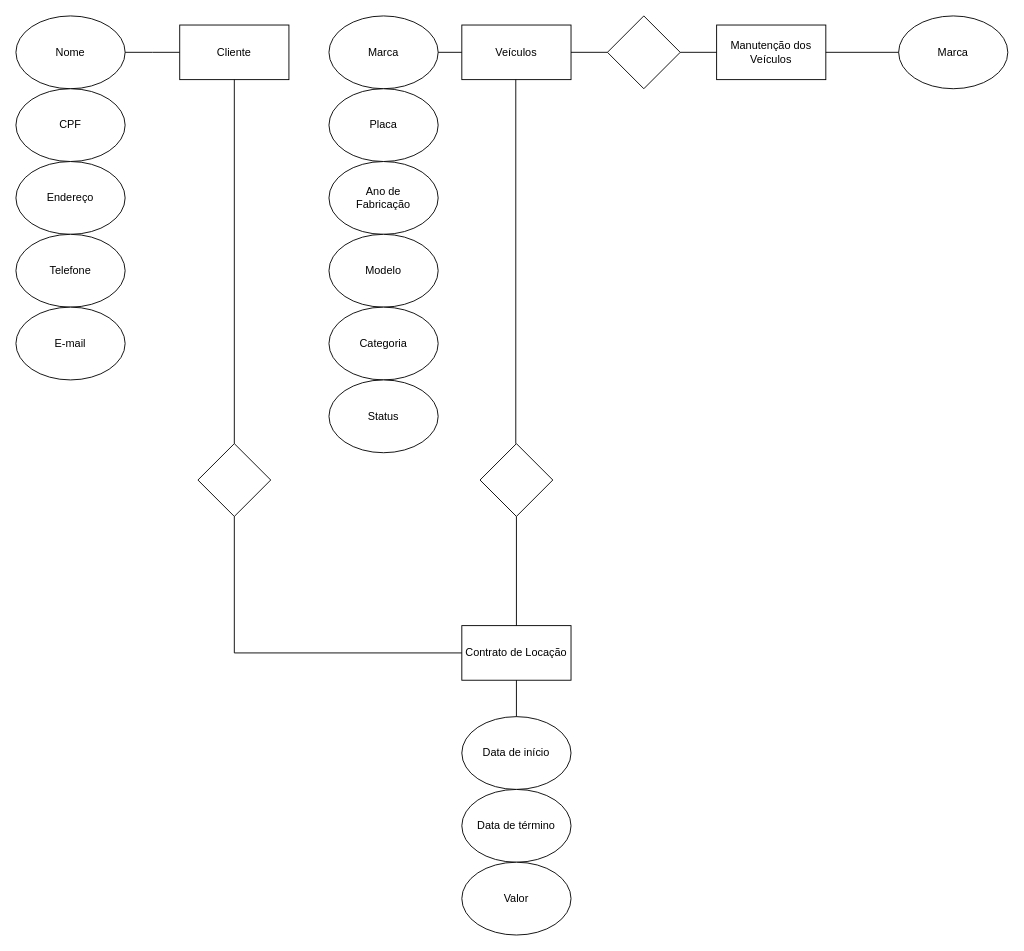
Above: Banco-De-Dados/Diagrama sem nome.drawio in JESFTechnology/IF-Machado-2-Periodo (draw.io), before the change. Source tidied: cells renumbered, new cells numbered last; positions are measured from the earlier drawing's top-left corner, leaving out a move shared by most shapes. Both pictures are drawn from the tidied source at 91%, with x=0, y=0 at pixel (15, 15).
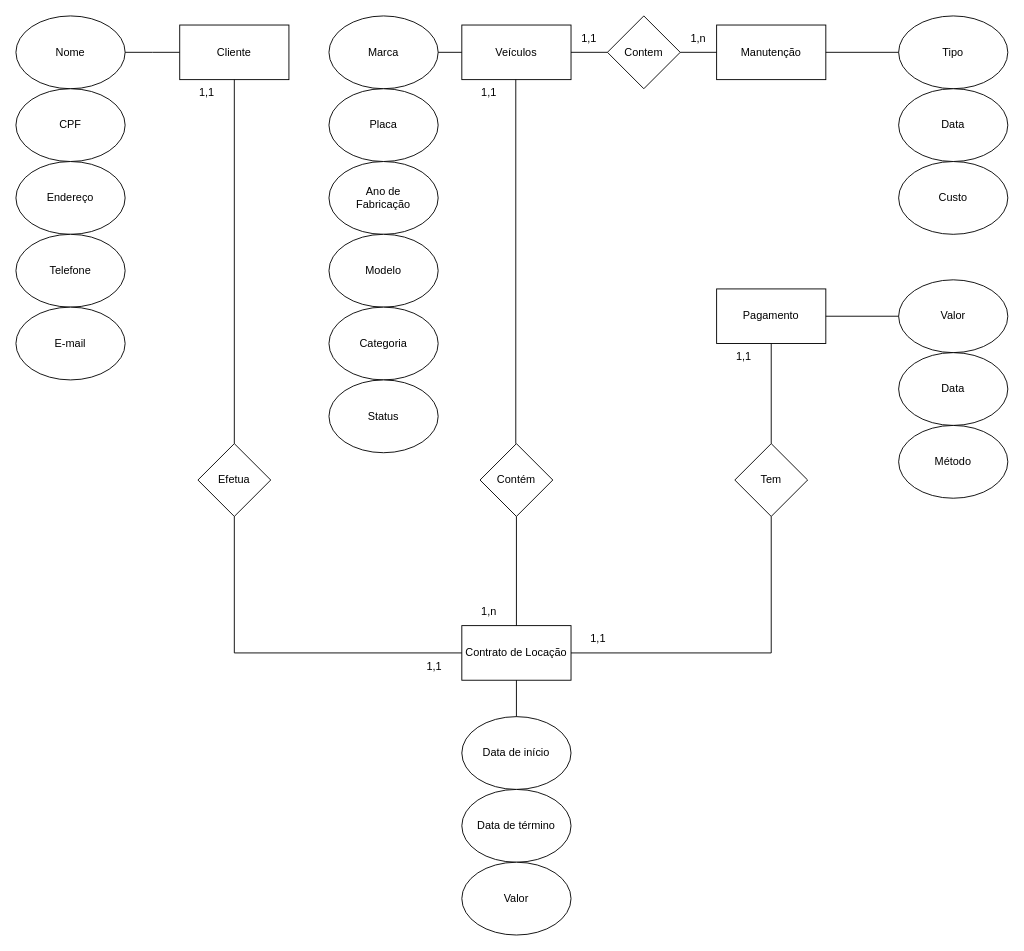
Above is the later version.

Unchanged cells that the change refers to:
```xml
<mxCell id="44" style="group;" parent="1" vertex="1">
  <mxGeometry x="970" width="120" height="80" as="geometry" />
</mxCell>
<mxCell id="49" value="Contrato de Locação" style="text;html=1;align=center;verticalAlign=middle;whiteSpace=wrap;rounded=0;" parent="47" vertex="1">
  <mxGeometry y="15" width="120" height="30" as="geometry" />
</mxCell>
<mxCell id="65" style="group;" parent="1" vertex="1">
  <mxGeometry x="770" y="10" width="120" height="60" as="geometry" />
</mxCell>
```

What changed in the source:
```diff
@@
-    <mxCell id="46" value="Marca" style="text;html=1;align=center;verticalAlign=middle;whiteSpace=wrap;rounded=0;" parent="44" vertex="1">
+    <mxCell id="46" value="Tipo" style="text;html=1;align=center;verticalAlign=middle;whiteSpace=wrap;rounded=0;" parent="44" vertex="1">
       <mxGeometry x="10" y="25" width="100" height="30" as="geometry" />
     </mxCell>
@@
-    <mxCell id="67" value="Manutenção dos Veículos" style="text;html=1;align=center;verticalAlign=middle;whiteSpace=wrap;rounded=0;" parent="65" vertex="1">
+    <mxCell id="67" value="Manutenção" style="text;html=1;align=center;verticalAlign=middle;whiteSpace=wrap;rounded=0;" parent="65" vertex="1">
       <mxGeometry y="15" width="120" height="30" as="geometry" />
     </mxCell>
@@
+    <mxCell id="72" style="group;" parent="1" vertex="1">
+      <mxGeometry x="970" y="80" width="120" height="80" as="geometry" />
+    </mxCell>
+    <mxCell id="73" style="ellipse;whiteSpace=wrap;html=1;" parent="72" vertex="1">
+      <mxGeometry width="120" height="80" as="geometry" />
+    </mxCell>
+    <mxCell id="74" value="Data" style="text;html=1;align=center;verticalAlign=middle;whiteSpace=wrap;rounded=0;" parent="72" vertex="1">
+      <mxGeometry x="10" y="25" width="100" height="30" as="geometry" />
+    </mxCell>
+    <mxCell id="75" style="group;" parent="1" vertex="1">
+      <mxGeometry x="970" y="160" width="120" height="80" as="geometry" />
+    </mxCell>
+    <mxCell id="76" style="ellipse;whiteSpace=wrap;html=1;" parent="75" vertex="1">
+      <mxGeometry width="120" height="80" as="geometry" />
+    </mxCell>
+    <mxCell id="77" value="Custo" style="text;html=1;align=center;verticalAlign=middle;whiteSpace=wrap;rounded=0;" parent="75" vertex="1">
+      <mxGeometry x="10" y="25" width="100" height="30" as="geometry" />
+    </mxCell>
+    <mxCell id="78" value="1,1" style="text;html=1;align=center;verticalAlign=middle;whiteSpace=wrap;rounded=0;" parent="1" vertex="1">
+      <mxGeometry x="600" y="10" width="60" height="30" as="geometry" />
+    </mxCell>
+    <mxCell id="79" value="1,n" style="text;html=1;align=center;verticalAlign=middle;whiteSpace=wrap;rounded=0;" parent="1" vertex="1">
+      <mxGeometry x="720" y="10" width="60" height="30" as="geometry" />
+    </mxCell>
+    <mxCell id="80" value="1,1" style="text;html=1;align=center;verticalAlign=middle;whiteSpace=wrap;rounded=0;" parent="1" vertex="1">
+      <mxGeometry x="180" y="70" width="60" height="30" as="geometry" />
+    </mxCell>
+    <mxCell id="81" value="1,1" style="text;html=1;align=center;verticalAlign=middle;whiteSpace=wrap;rounded=0;" parent="1" vertex="1">
+      <mxGeometry x="430" y="700" width="60" height="30" as="geometry" />
+    </mxCell>
+    <mxCell id="82" value="1,1" style="text;html=1;align=center;verticalAlign=middle;whiteSpace=wrap;rounded=0;" parent="1" vertex="1">
+      <mxGeometry x="490" y="70" width="60" height="30" as="geometry" />
+    </mxCell>
+    <mxCell id="83" value="1,n" style="text;html=1;align=center;verticalAlign=middle;whiteSpace=wrap;rounded=0;" parent="1" vertex="1">
+      <mxGeometry x="490" y="640" width="60" height="30" as="geometry" />
+    </mxCell>
+    <mxCell id="84" style="group;" parent="1" vertex="1">
+      <mxGeometry x="770" y="300" width="120" height="60" as="geometry" />
+    </mxCell>
+    <mxCell id="85" style="rounded=0;whiteSpace=wrap;html=1;" parent="84" vertex="1">
+      <mxGeometry width="120" height="60" as="geometry" />
+    </mxCell>
+    <mxCell id="86" value="Pagamento" style="text;html=1;align=center;verticalAlign=middle;whiteSpace=wrap;rounded=0;" parent="84" vertex="1">
+      <mxGeometry y="15" width="120" height="30" as="geometry" />
+    </mxCell>
+    <mxCell id="87" style="rhombus;whiteSpace=wrap;html=1;" parent="1" vertex="1">
+      <mxGeometry x="790" y="470" width="80" height="80" as="geometry" />
+    </mxCell>
+    <mxCell id="88" style="endArrow=none;html=1;rounded=0;exitX=0.5;exitY=0;exitDx=0;exitDy=0;entryX=0.5;entryY=1;entryDx=0;entryDy=0;" parent="1" edge="1" source="87" target="85">
+      <mxGeometry relative="1" as="geometry" />
+    </mxCell>
+    <mxCell id="89" style="endArrow=none;html=1;rounded=0;exitX=1;exitY=0.5;exitDx=0;exitDy=0;entryX=0.5;entryY=1;entryDx=0;entryDy=0;" parent="1" edge="1" source="49" target="87">
+      <mxGeometry relative="1" as="geometry">
+        <Array as="points">
+          <mxPoint x="830" y="700" />
+        </Array>
+      </mxGeometry>
+    </mxCell>
+    <mxCell id="90" value="1,1" style="text;html=1;align=center;verticalAlign=middle;whiteSpace=wrap;rounded=0;" parent="1" vertex="1">
+      <mxGeometry x="610" y="670" width="60" height="30" as="geometry" />
+    </mxCell>
+    <mxCell id="91" style="group;" parent="1" vertex="1">
+      <mxGeometry x="970" y="290" width="120" height="80" as="geometry" />
+    </mxCell>
+    <mxCell id="92" style="ellipse;whiteSpace=wrap;html=1;" parent="91" vertex="1">
+      <mxGeometry width="120" height="80" as="geometry" />
+    </mxCell>
+    <mxCell id="93" value="Valor" style="text;html=1;align=center;verticalAlign=middle;whiteSpace=wrap;rounded=0;" parent="91" vertex="1">
+      <mxGeometry x="10" y="25" width="100" height="30" as="geometry" />
+    </mxCell>
+    <mxCell id="94" style="group;" parent="1" vertex="1">
+      <mxGeometry x="970" y="370" width="120" height="80" as="geometry" />
+    </mxCell>
+    <mxCell id="95" style="ellipse;whiteSpace=wrap;html=1;" parent="94" vertex="1">
+      <mxGeometry width="120" height="80" as="geometry" />
+    </mxCell>
+    <mxCell id="96" value="Data" style="text;html=1;align=center;verticalAlign=middle;whiteSpace=wrap;rounded=0;" parent="94" vertex="1">
+      <mxGeometry x="10" y="25" width="100" height="30" as="geometry" />
+    </mxCell>
+    <mxCell id="97" style="group;" parent="1" vertex="1">
+      <mxGeometry x="970" y="450" width="120" height="80" as="geometry" />
+    </mxCell>
+    <mxCell id="98" style="ellipse;whiteSpace=wrap;html=1;" parent="97" vertex="1">
+      <mxGeometry width="120" height="80" as="geometry" />
+    </mxCell>
+    <mxCell id="99" value="Método" style="text;html=1;align=center;verticalAlign=middle;whiteSpace=wrap;rounded=0;" parent="97" vertex="1">
+      <mxGeometry x="10" y="25" width="100" height="30" as="geometry" />
+    </mxCell>
+    <mxCell id="100" style="endArrow=none;html=1;rounded=0;exitX=0;exitY=0.5;exitDx=0;exitDy=0;entryX=1;entryY=0.5;entryDx=0;entryDy=0;" parent="1" edge="1" source="92" target="86">
+      <mxGeometry relative="1" as="geometry" />
+    </mxCell>
+    <mxCell id="101" value="1,1" style="text;html=1;align=center;verticalAlign=middle;whiteSpace=wrap;rounded=0;" parent="1" vertex="1">
+      <mxGeometry x="770" y="360" width="60" height="30" as="geometry" />
+    </mxCell>
+    <mxCell id="102" value="Contem" style="text;html=1;align=center;verticalAlign=middle;whiteSpace=wrap;rounded=0;" parent="1" vertex="1">
+      <mxGeometry x="660" y="25" width="60" height="30" as="geometry" />
+    </mxCell>
+    <mxCell id="103" value="Efetua" style="text;html=1;align=center;verticalAlign=middle;whiteSpace=wrap;rounded=0;" parent="1" vertex="1">
+      <mxGeometry x="210" y="495" width="60" height="30" as="geometry" />
+    </mxCell>
+    <mxCell id="104" value="Tem" style="text;html=1;align=center;verticalAlign=middle;whiteSpace=wrap;rounded=0;" parent="1" vertex="1">
+      <mxGeometry x="800" y="495" width="60" height="30" as="geometry" />
+    </mxCell>
+    <mxCell id="105" value="Contém" style="text;html=1;align=center;verticalAlign=middle;whiteSpace=wrap;rounded=0;" parent="1" vertex="1">
+      <mxGeometry x="520" y="495" width="60" height="30" as="geometry" />
+    </mxCell>
```
